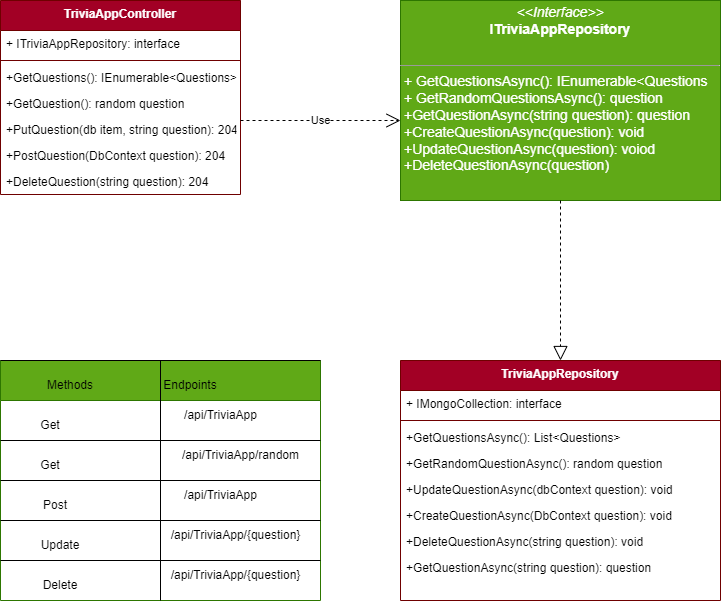
Earlier version of the draw.io export trivia-app.drawio.png (tsxepo-web/TriviaApp). Source tidied: cells renumbered, new cells last; positions are measured from the earlier drawing's top-left corner, leaving out a move shared by most shapes.
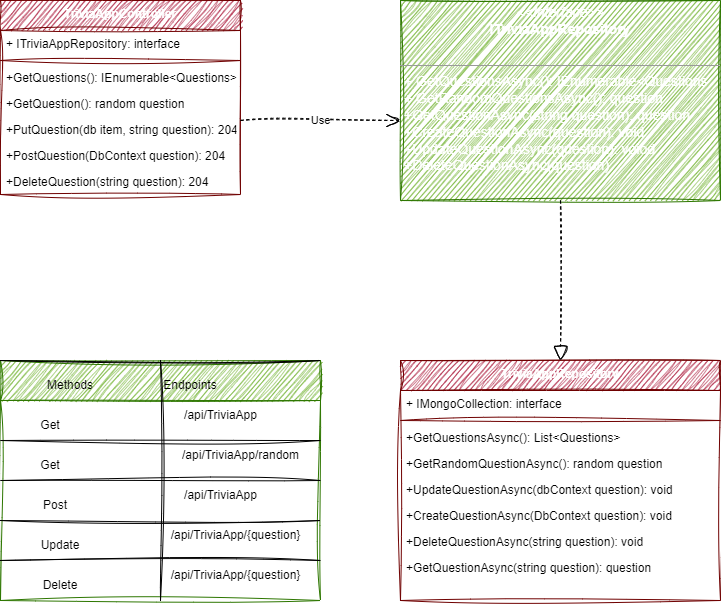
Above is the later version.

Change to the diagram source:
```diff
@@ -2,141 +2,141 @@
   <root>
     <mxCell id="0" />
     <mxCell id="1" parent="0" />
-    <mxCell id="2" value="TriviaAppController" style="swimlane;fontStyle=1;align=center;verticalAlign=top;horizontal=1;startSize=30;fillColor=#a20025;fontColor=#ffffff;strokeColor=#6F0000;" parent="1" vertex="1">
+    <mxCell id="2" value="TriviaAppController" style="swimlane;fontStyle=1;align=center;verticalAlign=top;horizontal=1;startSize=30;fillColor=#a20025;fontColor=#ffffff;strokeColor=#6F0000;sketch=1;curveFitting=1;jiggle=2;" parent="1" vertex="1">
       <mxGeometry width="240" height="194" as="geometry" />
     </mxCell>
-    <mxCell id="3" value="+ ITriviaAppRepository: interface" style="text;strokeColor=none;fillColor=none;align=left;verticalAlign=top;spacingLeft=4;spacingRight=4;overflow=hidden;" parent="2" vertex="1">
+    <mxCell id="3" value="+ ITriviaAppRepository: interface" style="text;strokeColor=none;fillColor=none;align=left;verticalAlign=top;spacingLeft=4;spacingRight=4;overflow=hidden;sketch=1;curveFitting=1;jiggle=2;" parent="2" vertex="1">
       <mxGeometry y="30" width="240" height="26" as="geometry" />
     </mxCell>
-    <mxCell id="4" style="line;strokeWidth=1;fillColor=none;align=left;verticalAlign=middle;spacingTop=-1;spacingLeft=3;spacingRight=3;labelPosition=right;strokeColor=inherit;" parent="2" vertex="1">
+    <mxCell id="4" style="line;strokeWidth=1;fillColor=none;align=left;verticalAlign=middle;spacingTop=-1;spacingLeft=3;spacingRight=3;labelPosition=right;strokeColor=inherit;sketch=1;curveFitting=1;jiggle=2;" parent="2" vertex="1">
       <mxGeometry y="56" width="240" height="8" as="geometry" />
     </mxCell>
-    <mxCell id="5" value="+GetQuestions(): IEnumerable&lt;Questions&gt;" style="text;strokeColor=none;fillColor=none;align=left;verticalAlign=top;spacingLeft=4;spacingRight=4;overflow=hidden;" parent="2" vertex="1">
+    <mxCell id="5" value="+GetQuestions(): IEnumerable&lt;Questions&gt;" style="text;strokeColor=none;fillColor=none;align=left;verticalAlign=top;spacingLeft=4;spacingRight=4;overflow=hidden;sketch=1;curveFitting=1;jiggle=2;" parent="2" vertex="1">
       <mxGeometry y="64" width="240" height="26" as="geometry" />
     </mxCell>
-    <mxCell id="6" value="+GetQuestion(): random question" style="text;strokeColor=none;fillColor=none;align=left;verticalAlign=top;spacingLeft=4;spacingRight=4;overflow=hidden;" parent="2" vertex="1">
+    <mxCell id="6" value="+GetQuestion(): random question" style="text;strokeColor=none;fillColor=none;align=left;verticalAlign=top;spacingLeft=4;spacingRight=4;overflow=hidden;sketch=1;curveFitting=1;jiggle=2;" parent="2" vertex="1">
       <mxGeometry y="90" width="240" height="26" as="geometry" />
     </mxCell>
-    <mxCell id="7" value="+PutQuestion(db item, string question): 204" style="text;strokeColor=none;fillColor=none;align=left;verticalAlign=top;spacingLeft=4;spacingRight=4;overflow=hidden;" parent="2" vertex="1">
+    <mxCell id="7" value="+PutQuestion(db item, string question): 204" style="text;strokeColor=none;fillColor=none;align=left;verticalAlign=top;spacingLeft=4;spacingRight=4;overflow=hidden;sketch=1;curveFitting=1;jiggle=2;" parent="2" vertex="1">
       <mxGeometry y="116" width="240" height="26" as="geometry" />
     </mxCell>
-    <mxCell id="8" value="+PostQuestion(DbContext question): 204&#10;" style="text;strokeColor=none;fillColor=none;align=left;verticalAlign=top;spacingLeft=4;spacingRight=4;overflow=hidden;" parent="2" vertex="1">
+    <mxCell id="8" value="+PostQuestion(DbContext question): 204&#10;" style="text;strokeColor=none;fillColor=none;align=left;verticalAlign=top;spacingLeft=4;spacingRight=4;overflow=hidden;sketch=1;curveFitting=1;jiggle=2;" parent="2" vertex="1">
       <mxGeometry y="142" width="240" height="26" as="geometry" />
     </mxCell>
-    <mxCell id="9" value="+DeleteQuestion(string question): 204" style="text;strokeColor=none;fillColor=none;align=left;verticalAlign=top;spacingLeft=4;spacingRight=4;overflow=hidden;" parent="2" vertex="1">
+    <mxCell id="9" value="+DeleteQuestion(string question): 204" style="text;strokeColor=none;fillColor=none;align=left;verticalAlign=top;spacingLeft=4;spacingRight=4;overflow=hidden;sketch=1;curveFitting=1;jiggle=2;" parent="2" vertex="1">
       <mxGeometry y="168" width="240" height="26" as="geometry" />
     </mxCell>
-    <mxCell id="10" value="&lt;p style=&quot;margin: 4px 0px 0px; text-align: center; font-size: 14px;&quot;&gt;&lt;font style=&quot;font-size: 14px;&quot;&gt;&lt;i style=&quot;&quot;&gt;&amp;lt;&amp;lt;Interface&amp;gt;&amp;gt;&lt;/i&gt;&lt;br&gt;&lt;b style=&quot;&quot;&gt;ITriviaAppRepository&lt;/b&gt;&lt;/font&gt;&lt;/p&gt;&lt;p style=&quot;margin: 4px 0px 0px; text-align: center; font-size: 14px;&quot;&gt;&lt;font style=&quot;font-size: 14px;&quot;&gt;&lt;br&gt;&lt;/font&gt;&lt;/p&gt;&lt;hr style=&quot;font-size: 14px;&quot; size=&quot;1&quot;&gt;&lt;p style=&quot;margin: 0px 0px 0px 4px; font-size: 14px;&quot;&gt;&lt;font style=&quot;font-size: 14px;&quot;&gt;+ GetQuestionsAsync(): IEnumerable&amp;lt;Questions&lt;br&gt;+ GetRandomQuestionsAsync(): question&lt;/font&gt;&lt;/p&gt;&lt;p style=&quot;margin: 0px 0px 0px 4px; font-size: 14px;&quot;&gt;&lt;font style=&quot;font-size: 14px;&quot;&gt;+GetQuestionAsync(string question): question&lt;/font&gt;&lt;/p&gt;&lt;p style=&quot;margin: 0px 0px 0px 4px; font-size: 14px;&quot;&gt;&lt;font style=&quot;font-size: 14px;&quot;&gt;+CreateQuestionAsync(question): void&lt;/font&gt;&lt;/p&gt;&lt;p style=&quot;margin: 0px 0px 0px 4px; font-size: 14px;&quot;&gt;&lt;font style=&quot;font-size: 14px;&quot;&gt;+UpdateQuestionAsync(question): voiod&lt;/font&gt;&lt;/p&gt;&lt;p style=&quot;margin: 0px 0px 0px 4px; font-size: 14px;&quot;&gt;&lt;font style=&quot;font-size: 14px;&quot;&gt;+DeleteQuestionAsync(question)&lt;/font&gt;&lt;/p&gt;&lt;p style=&quot;margin: 0px 0px 0px 4px; font-size: 14px;&quot;&gt;&lt;br&gt;&lt;/p&gt;" style="verticalAlign=top;align=left;overflow=fill;fontSize=12;fontFamily=Helvetica;html=1;fillColor=#60a917;fontColor=#ffffff;strokeColor=#2D7600;" parent="1" vertex="1">
+    <mxCell id="10" value="&lt;p style=&quot;margin: 4px 0px 0px; text-align: center; font-size: 14px;&quot;&gt;&lt;font style=&quot;font-size: 14px;&quot;&gt;&lt;i style=&quot;&quot;&gt;&amp;lt;&amp;lt;Interface&amp;gt;&amp;gt;&lt;/i&gt;&lt;br&gt;&lt;b style=&quot;&quot;&gt;ITriviaAppRepository&lt;/b&gt;&lt;/font&gt;&lt;/p&gt;&lt;p style=&quot;margin: 4px 0px 0px; text-align: center; font-size: 14px;&quot;&gt;&lt;font style=&quot;font-size: 14px;&quot;&gt;&lt;br&gt;&lt;/font&gt;&lt;/p&gt;&lt;hr style=&quot;font-size: 14px;&quot; size=&quot;1&quot;&gt;&lt;p style=&quot;margin: 0px 0px 0px 4px; font-size: 14px;&quot;&gt;&lt;font style=&quot;font-size: 14px;&quot;&gt;+ GetQuestionsAsync(): IEnumerable&amp;lt;Questions&lt;br&gt;+ GetRandomQuestionsAsync(): question&lt;/font&gt;&lt;/p&gt;&lt;p style=&quot;margin: 0px 0px 0px 4px; font-size: 14px;&quot;&gt;&lt;font style=&quot;font-size: 14px;&quot;&gt;+GetQuestionAsync(string question): question&lt;/font&gt;&lt;/p&gt;&lt;p style=&quot;margin: 0px 0px 0px 4px; font-size: 14px;&quot;&gt;&lt;font style=&quot;font-size: 14px;&quot;&gt;+CreateQuestionAsync(question): void&lt;/font&gt;&lt;/p&gt;&lt;p style=&quot;margin: 0px 0px 0px 4px; font-size: 14px;&quot;&gt;&lt;font style=&quot;font-size: 14px;&quot;&gt;+UpdateQuestionAsync(question): voiod&lt;/font&gt;&lt;/p&gt;&lt;p style=&quot;margin: 0px 0px 0px 4px; font-size: 14px;&quot;&gt;&lt;font style=&quot;font-size: 14px;&quot;&gt;+DeleteQuestionAsync(question)&lt;/font&gt;&lt;/p&gt;&lt;p style=&quot;margin: 0px 0px 0px 4px; font-size: 14px;&quot;&gt;&lt;br&gt;&lt;/p&gt;" style="verticalAlign=top;align=left;overflow=fill;fontSize=12;fontFamily=Helvetica;html=1;fillColor=#60a917;fontColor=#ffffff;strokeColor=#2D7600;sketch=1;curveFitting=1;jiggle=2;" parent="1" vertex="1">
       <mxGeometry x="400" width="320" height="200" as="geometry" />
     </mxCell>
-    <mxCell id="11" value="TriviaAppRepository" style="swimlane;fontStyle=1;align=center;verticalAlign=top;horizontal=1;startSize=30;fillColor=#a20025;fontColor=#ffffff;strokeColor=#6F0000;" parent="1" vertex="1">
+    <mxCell id="11" value="TriviaAppRepository" style="swimlane;fontStyle=1;align=center;verticalAlign=top;horizontal=1;startSize=30;fillColor=#a20025;fontColor=#ffffff;strokeColor=#6F0000;sketch=1;curveFitting=1;jiggle=2;" parent="1" vertex="1">
       <mxGeometry x="400" y="360" width="320" height="240" as="geometry" />
     </mxCell>
-    <mxCell id="12" value="+ IMongoCollection: interface" style="text;strokeColor=none;fillColor=none;align=left;verticalAlign=top;spacingLeft=4;spacingRight=4;overflow=hidden;" parent="11" vertex="1">
+    <mxCell id="12" value="+ IMongoCollection: interface" style="text;strokeColor=none;fillColor=none;align=left;verticalAlign=top;spacingLeft=4;spacingRight=4;overflow=hidden;sketch=1;curveFitting=1;jiggle=2;" parent="11" vertex="1">
       <mxGeometry y="30" width="320" height="26" as="geometry" />
     </mxCell>
-    <mxCell id="13" style="line;strokeWidth=1;fillColor=none;align=left;verticalAlign=middle;spacingTop=-1;spacingLeft=3;spacingRight=3;labelPosition=right;strokeColor=inherit;" parent="11" vertex="1">
+    <mxCell id="13" style="line;strokeWidth=1;fillColor=none;align=left;verticalAlign=middle;spacingTop=-1;spacingLeft=3;spacingRight=3;labelPosition=right;strokeColor=inherit;sketch=1;curveFitting=1;jiggle=2;" parent="11" vertex="1">
       <mxGeometry y="56" width="320" height="8" as="geometry" />
     </mxCell>
-    <mxCell id="14" value="+GetQuestionsAsync(): List&lt;Questions&gt;" style="text;strokeColor=none;fillColor=none;align=left;verticalAlign=top;spacingLeft=4;spacingRight=4;overflow=hidden;" parent="11" vertex="1">
+    <mxCell id="14" value="+GetQuestionsAsync(): List&lt;Questions&gt;" style="text;strokeColor=none;fillColor=none;align=left;verticalAlign=top;spacingLeft=4;spacingRight=4;overflow=hidden;sketch=1;curveFitting=1;jiggle=2;" parent="11" vertex="1">
       <mxGeometry y="64" width="320" height="26" as="geometry" />
     </mxCell>
-    <mxCell id="15" value="+GetRandomQuestionAsync(): random question" style="text;strokeColor=none;fillColor=none;align=left;verticalAlign=top;spacingLeft=4;spacingRight=4;overflow=hidden;" parent="11" vertex="1">
+    <mxCell id="15" value="+GetRandomQuestionAsync(): random question" style="text;strokeColor=none;fillColor=none;align=left;verticalAlign=top;spacingLeft=4;spacingRight=4;overflow=hidden;sketch=1;curveFitting=1;jiggle=2;" parent="11" vertex="1">
       <mxGeometry y="90" width="320" height="26" as="geometry" />
     </mxCell>
-    <mxCell id="16" value="+UpdateQuestionAsync(dbContext question): void" style="text;strokeColor=none;fillColor=none;align=left;verticalAlign=top;spacingLeft=4;spacingRight=4;overflow=hidden;" parent="11" vertex="1">
+    <mxCell id="16" value="+UpdateQuestionAsync(dbContext question): void" style="text;strokeColor=none;fillColor=none;align=left;verticalAlign=top;spacingLeft=4;spacingRight=4;overflow=hidden;sketch=1;curveFitting=1;jiggle=2;" parent="11" vertex="1">
       <mxGeometry y="116" width="320" height="26" as="geometry" />
     </mxCell>
-    <mxCell id="17" value="+CreateQuestionAsync(DbContext question): void&#10;" style="text;strokeColor=none;fillColor=none;align=left;verticalAlign=top;spacingLeft=4;spacingRight=4;overflow=hidden;" parent="11" vertex="1">
+    <mxCell id="17" value="+CreateQuestionAsync(DbContext question): void&#10;" style="text;strokeColor=none;fillColor=none;align=left;verticalAlign=top;spacingLeft=4;spacingRight=4;overflow=hidden;sketch=1;curveFitting=1;jiggle=2;" parent="11" vertex="1">
       <mxGeometry y="142" width="320" height="26" as="geometry" />
     </mxCell>
-    <mxCell id="18" value="+DeleteQuestionAsync(string question): void" style="text;strokeColor=none;fillColor=none;align=left;verticalAlign=top;spacingLeft=4;spacingRight=4;overflow=hidden;" parent="11" vertex="1">
+    <mxCell id="18" value="+DeleteQuestionAsync(string question): void" style="text;strokeColor=none;fillColor=none;align=left;verticalAlign=top;spacingLeft=4;spacingRight=4;overflow=hidden;sketch=1;curveFitting=1;jiggle=2;" parent="11" vertex="1">
       <mxGeometry y="168" width="320" height="26" as="geometry" />
     </mxCell>
-    <mxCell id="19" value="+GetQuestionAsync(string question): question " style="text;strokeColor=none;fillColor=none;align=left;verticalAlign=top;spacingLeft=4;spacingRight=4;overflow=hidden;" parent="11" vertex="1">
+    <mxCell id="19" value="+GetQuestionAsync(string question): question " style="text;strokeColor=none;fillColor=none;align=left;verticalAlign=top;spacingLeft=4;spacingRight=4;overflow=hidden;sketch=1;curveFitting=1;jiggle=2;" parent="11" vertex="1">
       <mxGeometry y="194" width="320" height="46" as="geometry" />
     </mxCell>
-    <mxCell id="20" value="Use" style="endArrow=open;endSize=12;dashed=1;html=1;" parent="1" edge="1">
+    <mxCell id="20" value="Use" style="endArrow=open;endSize=12;dashed=1;html=1;sketch=1;curveFitting=1;jiggle=2;" parent="1" edge="1">
       <mxGeometry relative="1" as="geometry">
         <mxPoint x="240" y="120" as="sourcePoint" />
         <mxPoint x="400" y="120" as="targetPoint" />
       </mxGeometry>
     </mxCell>
-    <mxCell id="21" style="endArrow=block;dashed=1;endFill=0;endSize=12;html=1;exitX=0.5;exitY=1;exitDx=0;exitDy=0;entryX=0.5;entryY=0;entryDx=0;entryDy=0;" parent="1" edge="1" source="10" target="11">
+    <mxCell id="21" style="endArrow=block;dashed=1;endFill=0;endSize=12;html=1;exitX=0.5;exitY=1;exitDx=0;exitDy=0;entryX=0.5;entryY=0;entryDx=0;entryDy=0;sketch=1;curveFitting=1;jiggle=2;" parent="1" edge="1" source="10" target="11">
       <mxGeometry relative="1" as="geometry" />
     </mxCell>
-    <mxCell id="22" style="swimlane;whiteSpace=wrap;html=1;startSize=40;fillColor=#60a917;fontColor=#ffffff;strokeColor=#2D7600;" parent="1" vertex="1">
+    <mxCell id="22" style="swimlane;whiteSpace=wrap;html=1;startSize=40;fillColor=#60a917;fontColor=#ffffff;strokeColor=#2D7600;sketch=1;curveFitting=1;jiggle=2;" parent="1" vertex="1">
       <mxGeometry y="360" width="320" height="240" as="geometry" />
     </mxCell>
-    <mxCell id="23" style="endArrow=none;html=1;exitX=1;exitY=0.5;exitDx=0;exitDy=0;" parent="22" edge="1" source="22">
+    <mxCell id="23" style="endArrow=none;html=1;exitX=1;exitY=0.5;exitDx=0;exitDy=0;sketch=1;curveFitting=1;jiggle=2;" parent="22" edge="1" source="22">
       <mxGeometry relative="1" as="geometry">
         <mxPoint y="120" as="targetPoint" />
       </mxGeometry>
     </mxCell>
-    <mxCell id="24" style="endArrow=none;html=1;" parent="22" edge="1">
+    <mxCell id="24" style="endArrow=none;html=1;sketch=1;curveFitting=1;jiggle=2;" parent="22" edge="1">
       <mxGeometry relative="1" as="geometry">
         <mxPoint x="320" y="160" as="sourcePoint" />
         <mxPoint y="160" as="targetPoint" />
       </mxGeometry>
     </mxCell>
-    <mxCell id="25" style="endArrow=none;html=1;" parent="22" edge="1">
+    <mxCell id="25" style="endArrow=none;html=1;sketch=1;curveFitting=1;jiggle=2;" parent="22" edge="1">
       <mxGeometry relative="1" as="geometry">
         <mxPoint x="320" y="200" as="sourcePoint" />
         <mxPoint y="200" as="targetPoint" />
       </mxGeometry>
     </mxCell>
-    <mxCell id="26" value="Methods" style="text;html=1;strokeColor=none;fillColor=none;align=center;verticalAlign=middle;whiteSpace=wrap;rounded=0;" parent="22" vertex="1">
+    <mxCell id="26" value="Methods" style="text;html=1;strokeColor=none;fillColor=none;align=center;verticalAlign=middle;whiteSpace=wrap;rounded=0;sketch=1;curveFitting=1;jiggle=2;" parent="22" vertex="1">
       <mxGeometry x="40" y="10" width="60" height="30" as="geometry" />
     </mxCell>
-    <mxCell id="27" value="Endpoints" style="text;html=1;strokeColor=none;fillColor=none;align=center;verticalAlign=middle;whiteSpace=wrap;rounded=0;" parent="22" vertex="1">
+    <mxCell id="27" value="Endpoints" style="text;html=1;strokeColor=none;fillColor=none;align=center;verticalAlign=middle;whiteSpace=wrap;rounded=0;sketch=1;curveFitting=1;jiggle=2;" parent="22" vertex="1">
       <mxGeometry x="160" y="10" width="60" height="30" as="geometry" />
     </mxCell>
-    <mxCell id="28" value="Get" style="text;html=1;strokeColor=none;fillColor=none;align=center;verticalAlign=middle;whiteSpace=wrap;rounded=0;" parent="22" vertex="1">
+    <mxCell id="28" value="Get" style="text;html=1;strokeColor=none;fillColor=none;align=center;verticalAlign=middle;whiteSpace=wrap;rounded=0;sketch=1;curveFitting=1;jiggle=2;" parent="22" vertex="1">
       <mxGeometry x="20" y="50" width="60" height="30" as="geometry" />
     </mxCell>
-    <mxCell id="29" value="Get" style="text;html=1;strokeColor=none;fillColor=none;align=center;verticalAlign=middle;whiteSpace=wrap;rounded=0;" parent="22" vertex="1">
+    <mxCell id="29" value="Get" style="text;html=1;strokeColor=none;fillColor=none;align=center;verticalAlign=middle;whiteSpace=wrap;rounded=0;sketch=1;curveFitting=1;jiggle=2;" parent="22" vertex="1">
       <mxGeometry x="20" y="90" width="60" height="30" as="geometry" />
     </mxCell>
-    <mxCell id="30" value="Post" style="text;html=1;strokeColor=none;fillColor=none;align=center;verticalAlign=middle;whiteSpace=wrap;rounded=0;" parent="22" vertex="1">
+    <mxCell id="30" value="Post" style="text;html=1;strokeColor=none;fillColor=none;align=center;verticalAlign=middle;whiteSpace=wrap;rounded=0;sketch=1;curveFitting=1;jiggle=2;" parent="22" vertex="1">
       <mxGeometry x="20" y="130" width="70" height="30" as="geometry" />
     </mxCell>
-    <mxCell id="31" value="Update" style="text;html=1;strokeColor=none;fillColor=none;align=center;verticalAlign=middle;whiteSpace=wrap;rounded=0;" parent="22" vertex="1">
+    <mxCell id="31" value="Update" style="text;html=1;strokeColor=none;fillColor=none;align=center;verticalAlign=middle;whiteSpace=wrap;rounded=0;sketch=1;curveFitting=1;jiggle=2;" parent="22" vertex="1">
       <mxGeometry x="25" y="170" width="70" height="30" as="geometry" />
     </mxCell>
-    <mxCell id="32" value="Delete" style="text;html=1;strokeColor=none;fillColor=none;align=center;verticalAlign=middle;whiteSpace=wrap;rounded=0;" parent="22" vertex="1">
+    <mxCell id="32" value="Delete" style="text;html=1;strokeColor=none;fillColor=none;align=center;verticalAlign=middle;whiteSpace=wrap;rounded=0;sketch=1;curveFitting=1;jiggle=2;" parent="22" vertex="1">
       <mxGeometry x="30" y="210" width="60" height="30" as="geometry" />
     </mxCell>
-    <mxCell id="33" value="/api/TriviaApp/random" style="text;html=1;align=center;verticalAlign=middle;strokeColor=none;fillColor=none;" parent="22" vertex="1">
+    <mxCell id="33" value="/api/TriviaApp/random" style="text;html=1;align=center;verticalAlign=middle;strokeColor=none;fillColor=none;sketch=1;curveFitting=1;jiggle=2;" parent="22" vertex="1">
       <mxGeometry x="170" y="80" width="140" height="30" as="geometry" />
     </mxCell>
-    <mxCell id="34" value="/api/TriviaApp" style="text;html=1;align=center;verticalAlign=middle;strokeColor=none;fillColor=none;" parent="22" vertex="1">
+    <mxCell id="34" value="/api/TriviaApp" style="text;html=1;align=center;verticalAlign=middle;strokeColor=none;fillColor=none;sketch=1;curveFitting=1;jiggle=2;" parent="22" vertex="1">
       <mxGeometry x="170" y="120" width="100" height="30" as="geometry" />
     </mxCell>
-    <mxCell id="35" value="/api/TriviaApp/{question}" style="text;html=1;align=center;verticalAlign=middle;strokeColor=none;fillColor=none;" parent="22" vertex="1">
+    <mxCell id="35" value="/api/TriviaApp/{question}" style="text;html=1;align=center;verticalAlign=middle;strokeColor=none;fillColor=none;sketch=1;curveFitting=1;jiggle=2;" parent="22" vertex="1">
       <mxGeometry x="160" y="160" width="150" height="30" as="geometry" />
     </mxCell>
-    <mxCell id="36" value="/api/TriviaApp/{question}" style="text;html=1;align=center;verticalAlign=middle;strokeColor=none;fillColor=none;" parent="22" vertex="1">
+    <mxCell id="36" value="/api/TriviaApp/{question}" style="text;html=1;align=center;verticalAlign=middle;strokeColor=none;fillColor=none;sketch=1;curveFitting=1;jiggle=2;" parent="22" vertex="1">
       <mxGeometry x="160" y="200" width="150" height="30" as="geometry" />
     </mxCell>
-    <mxCell id="37" value="/api/TriviaApp" style="text;html=1;align=center;verticalAlign=middle;strokeColor=none;fillColor=none;" parent="22" vertex="1">
+    <mxCell id="37" value="/api/TriviaApp" style="text;html=1;align=center;verticalAlign=middle;strokeColor=none;fillColor=none;sketch=1;curveFitting=1;jiggle=2;" parent="22" vertex="1">
       <mxGeometry x="170" y="40" width="100" height="30" as="geometry" />
     </mxCell>
-    <mxCell id="38" style="endArrow=none;html=1;exitX=1;exitY=0.5;exitDx=0;exitDy=0;" parent="22" edge="1">
+    <mxCell id="38" style="endArrow=none;html=1;exitX=1;exitY=0.5;exitDx=0;exitDy=0;sketch=1;curveFitting=1;jiggle=2;" parent="22" edge="1">
       <mxGeometry relative="1" as="geometry">
         <mxPoint x="320" y="80" as="sourcePoint" />
         <mxPoint y="80" as="targetPoint" />
       </mxGeometry>
     </mxCell>
-    <mxCell id="39" style="endArrow=none;html=1;" parent="1" edge="1">
+    <mxCell id="39" style="endArrow=none;html=1;sketch=1;curveFitting=1;jiggle=2;" parent="1" edge="1">
       <mxGeometry relative="1" as="geometry">
         <mxPoint x="320" y="360" as="sourcePoint" />
         <mxPoint y="360" as="targetPoint" />
       </mxGeometry>
     </mxCell>
-    <mxCell id="40" style="endArrow=none;html=1;entryX=0.5;entryY=0;entryDx=0;entryDy=0;exitX=0.5;exitY=1;exitDx=0;exitDy=0;" parent="1" edge="1" source="22" target="22">
+    <mxCell id="40" style="endArrow=none;html=1;entryX=0.5;entryY=0;entryDx=0;entryDy=0;exitX=0.5;exitY=1;exitDx=0;exitDy=0;sketch=1;curveFitting=1;jiggle=2;" parent="1" edge="1" source="22" target="22">
       <mxGeometry relative="1" as="geometry" />
     </mxCell>
-    <mxCell id="41" value="Implements" style="text;html=1;strokeColor=none;fillColor=none;align=center;verticalAlign=middle;whiteSpace=wrap;rounded=0;fontSize=14;fontColor=#FFFFFF;" parent="1" vertex="1">
+    <mxCell id="41" value="Implements" style="text;html=1;strokeColor=none;fillColor=none;align=center;verticalAlign=middle;whiteSpace=wrap;rounded=0;fontSize=14;fontColor=#FFFFFF;sketch=1;curveFitting=1;jiggle=2;" parent="1" vertex="1">
       <mxGeometry x="570" y="260" width="60" height="40" as="geometry" />
     </mxCell>
   </root>
```
